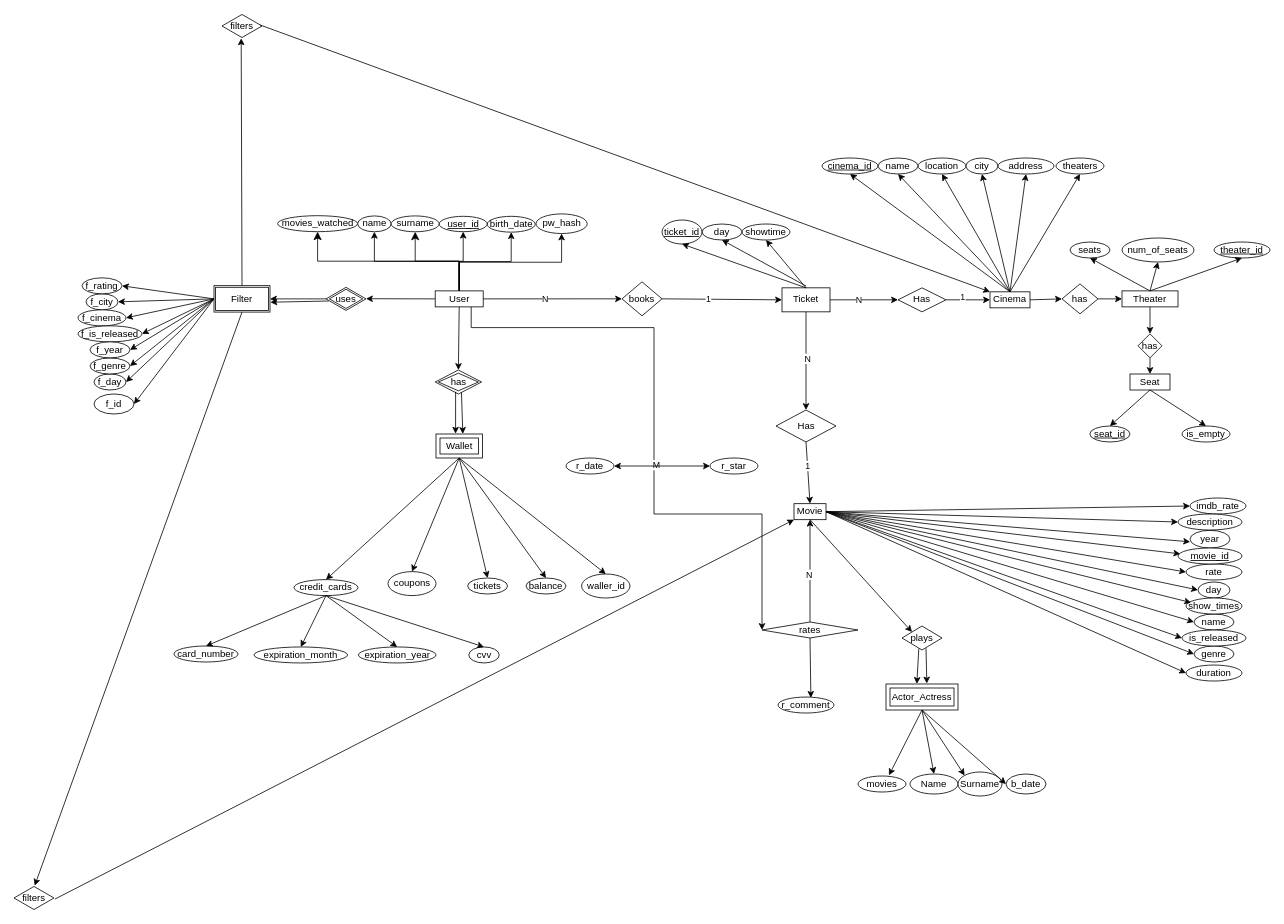
Above: proje_diagram.drawio in kelma01/dbms_project (draw.io), before the change. Source tidied: cells renumbered, new cells numbered last; positions are measured from the earlier drawing's top-left corner, leaving out a move shared by most shapes. Both pictures are drawn from the tidied source at 80%, with x=0, y=0 at pixel (14, 14).
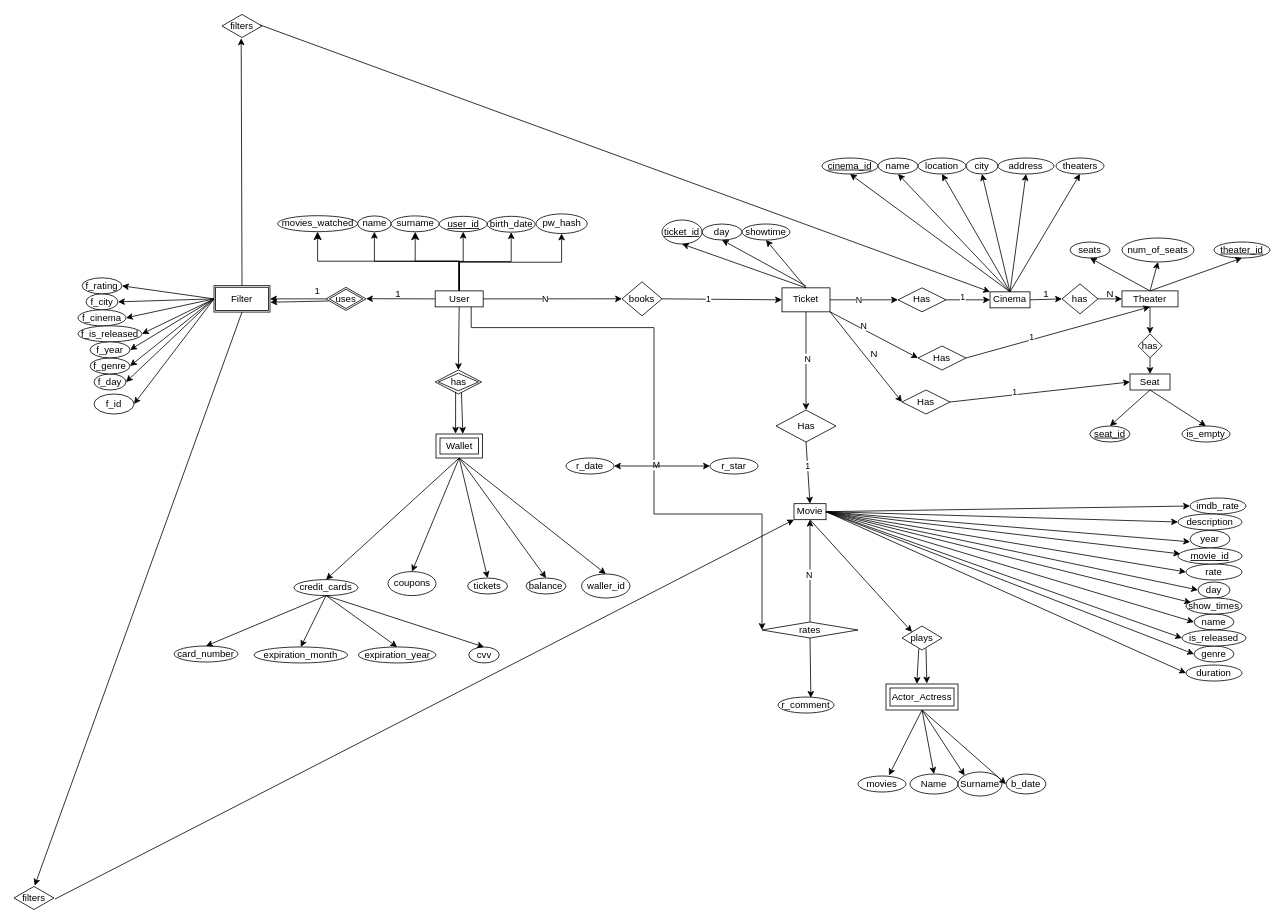
The same diagram, later.

Commit message:
gerekli değişiklikler yapıldı ve has relationu seat ve theatreye de eklendi (ticket ile)

The change refers to these unchanged cells:
```xml
<mxCell id="89" value="Ticket" style="shape=ext;margin=3;double=0;whiteSpace=wrap;html=1;align=center;" parent="1" vertex="1">
  <mxGeometry x="960" y="342.3" width="60" height="30" as="geometry" />
</mxCell>
<mxCell id="124" value="Theater" style="whiteSpace=wrap;html=1;" parent="1" vertex="1">
  <mxGeometry x="1385" y="346.1" width="70" height="20" as="geometry" />
</mxCell>
<mxCell id="128" value="Seat" style="whiteSpace=wrap;html=1;" parent="1" vertex="1">
  <mxGeometry x="1395" y="450" width="50" height="20" as="geometry" />
</mxCell>
```

The edit, as a diff of the source:
```diff
@@
+    <mxCell id="167" value="1" style="text;html=1;align=center;verticalAlign=middle;strokeColor=none;fillColor=none;" parent="1" vertex="1">
+      <mxGeometry x="1275" y="335" width="30" height="30" as="geometry" />
+    </mxCell>
+    <mxCell id="168" value="N" style="text;html=1;align=center;verticalAlign=middle;strokeColor=none;fillColor=none;" parent="1" vertex="1">
+      <mxGeometry x="1355" y="335" width="30" height="30" as="geometry" />
+    </mxCell>
+    <mxCell id="169" value="Has" style="rhombus;whiteSpace=wrap;html=1;" parent="1" vertex="1">
+      <mxGeometry x="1110" y="470" width="60" height="30" as="geometry" />
+    </mxCell>
+    <mxCell id="170" style="edgeStyle=none;jettySize=auto;html=1;rounded=0;entryX=0;entryY=0.5;entryDx=0;entryDy=0;exitX=1;exitY=1;exitDx=0;exitDy=0;" parent="1" edge="1" source="89" target="169">
+      <mxGeometry relative="1" as="geometry" />
+    </mxCell>
+    <mxCell id="171" style="edgeStyle=none;jettySize=auto;html=1;rounded=0;entryX=0;entryY=0.5;entryDx=0;entryDy=0;exitX=1;exitY=0.5;exitDx=0;exitDy=0;" parent="1" edge="1" source="169" target="128">
+      <mxGeometry relative="1" as="geometry" />
+    </mxCell>
+    <mxCell id="172" value="1" style="edgeLabel;html=1;align=center;verticalAlign=middle;" parent="171" vertex="1">
+      <mxGeometry x="-0.28" y="4" relative="1" as="geometry" />
+    </mxCell>
+    <mxCell id="173" value="Has" style="rhombus;whiteSpace=wrap;html=1;" parent="1" vertex="1">
+      <mxGeometry x="1130" y="415" width="60" height="30" as="geometry" />
+    </mxCell>
+    <mxCell id="174" style="edgeStyle=none;jettySize=auto;html=1;rounded=0;entryX=0.5;entryY=1;entryDx=0;entryDy=0;exitX=1;exitY=0.5;exitDx=0;exitDy=0;" parent="1" edge="1" target="124">
+      <mxGeometry relative="1" as="geometry">
+        <mxPoint x="1190" y="430" as="sourcePoint" />
+      </mxGeometry>
+    </mxCell>
+    <mxCell id="175" value="1" style="edgeLabel;html=1;align=center;verticalAlign=middle;" parent="174" vertex="1">
+      <mxGeometry x="-0.28" y="4" relative="1" as="geometry" />
+    </mxCell>
+    <mxCell id="176" style="edgeStyle=none;jettySize=auto;html=1;rounded=0;entryX=0;entryY=0.5;entryDx=0;entryDy=0;exitX=1;exitY=1;exitDx=0;exitDy=0;" parent="1" edge="1" source="89" target="173">
+      <mxGeometry relative="1" as="geometry" />
+    </mxCell>
+    <mxCell id="177" value="N" style="edgeLabel;html=1;align=center;verticalAlign=middle;" parent="176" vertex="1">
+      <mxGeometry x="-0.28" y="4" relative="1" as="geometry" />
+    </mxCell>
+    <mxCell id="178" value="N" style="text;html=1;align=center;verticalAlign=middle;strokeColor=none;fillColor=none;" parent="1" vertex="1">
+      <mxGeometry x="1060" y="409.8" width="30" height="30" as="geometry" />
+    </mxCell>
+    <mxCell id="179" value="1" style="text;html=1;align=center;verticalAlign=middle;strokeColor=none;fillColor=none;" parent="1" vertex="1">
+      <mxGeometry x="465" y="335" width="30" height="30" as="geometry" />
+    </mxCell>
+    <mxCell id="180" value="1" style="text;html=1;align=center;verticalAlign=middle;strokeColor=none;fillColor=none;" parent="1" vertex="1">
+      <mxGeometry x="364" y="332" width="30" height="30" as="geometry" />
+    </mxCell>
```
